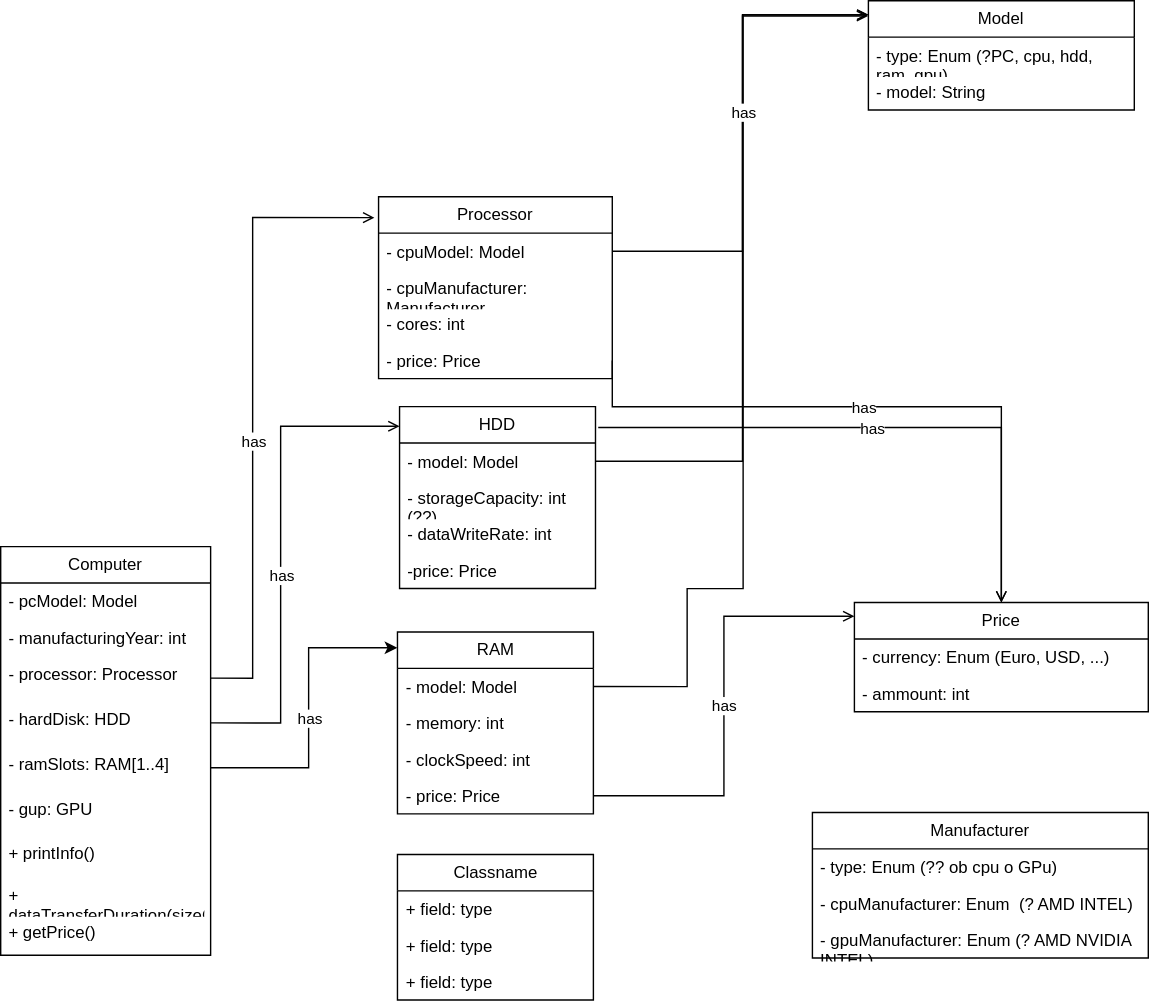
Earlier version of the draw.io export course_material/Computer-UML.drawio.svg (hornsbeef/PM_PS). Source tidied: cells renumbered, new cells last; positions are measured from the earlier drawing's top-left corner, leaving out a move shared by most shapes.
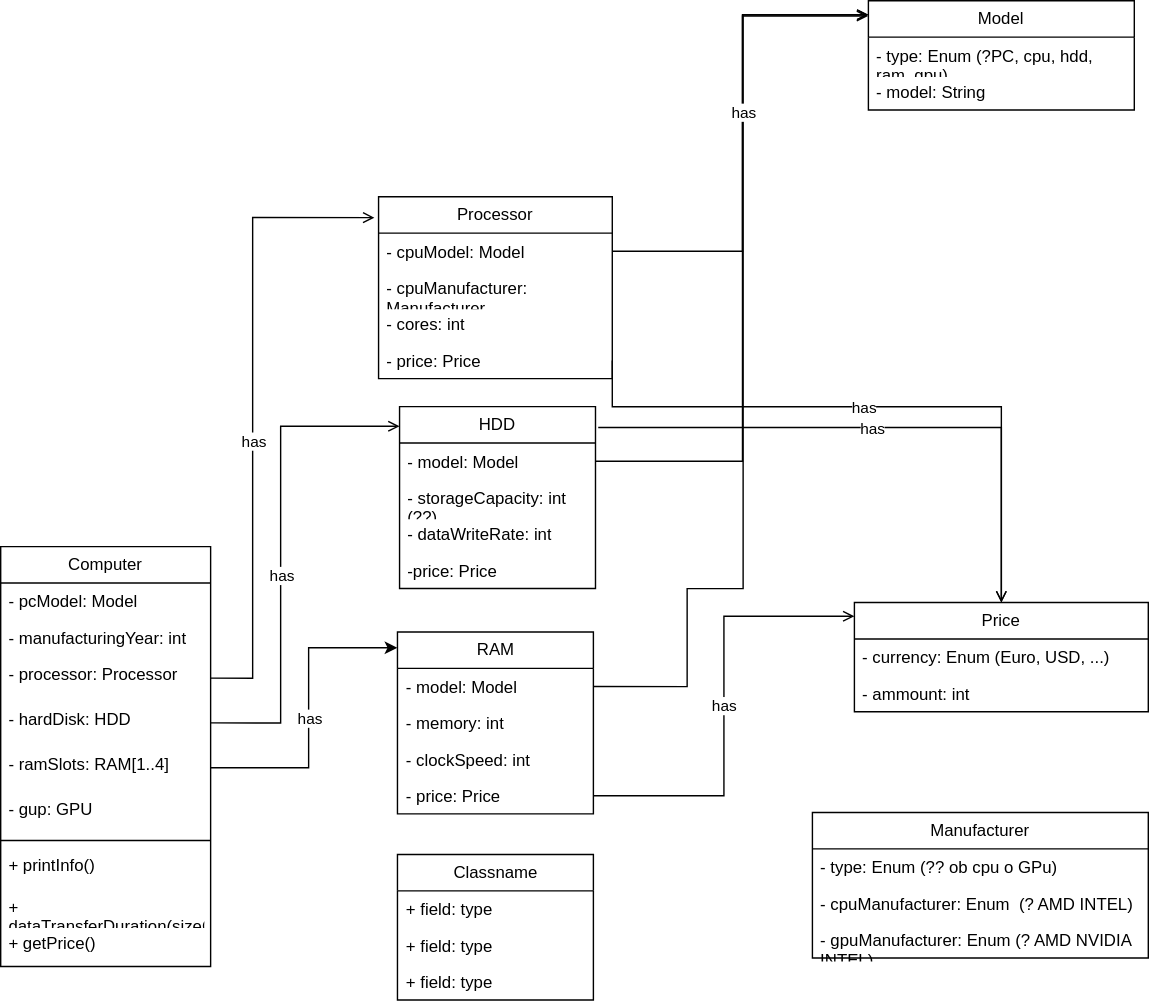
The same file after the commit.

Diff of the diagram source:
```diff
@@ -12,7 +12,7 @@
       <mxGeometry y="52" width="190" height="26" as="geometry" />
     </mxCell>
     <mxCell id="5" value="Computer" style="swimlane;fontStyle=0;horizontal=1;startSize=26;fillColor=none;whiteSpace=wrap;html=1;swimlaneLine=1;rounded=0;swimlaneFillColor=none;" parent="1" vertex="1">
-      <mxGeometry y="390" width="150" height="292" as="geometry" />
+      <mxGeometry y="390" width="150" height="300" as="geometry" />
     </mxCell>
     <mxCell id="6" value="- pcModel: Model" style="text;strokeColor=none;fillColor=none;align=left;verticalAlign=top;spacingLeft=4;spacingRight=4;overflow=hidden;whiteSpace=wrap;html=1;" parent="5" vertex="1">
       <mxGeometry y="26" width="150" height="26" as="geometry" />
@@ -32,14 +32,17 @@
     <mxCell id="11" value="- gup: GPU" style="text;strokeColor=none;fillColor=none;align=left;verticalAlign=top;spacingLeft=4;spacingRight=4;overflow=hidden;whiteSpace=wrap;html=1;" parent="5" vertex="1">
       <mxGeometry y="174" width="150" height="32" as="geometry" />
     </mxCell>
+    <mxCell id="57" style="line;strokeWidth=1;fillColor=none;align=left;verticalAlign=middle;spacingTop=-1;spacingLeft=3;spacingRight=3;labelPosition=right;strokeColor=inherit;" parent="5" vertex="1">
+      <mxGeometry y="206" width="150" height="8" as="geometry" />
+    </mxCell>
     <mxCell id="12" value="+ printInfo()" style="text;strokeColor=none;fillColor=none;align=left;verticalAlign=top;spacingLeft=4;spacingRight=4;overflow=hidden;whiteSpace=wrap;html=1;" parent="5" vertex="1">
-      <mxGeometry y="206" width="150" height="30" as="geometry" />
+      <mxGeometry y="214" width="150" height="30" as="geometry" />
     </mxCell>
     <mxCell id="13" value="+ dataTransferDuration(sizeGB)" style="text;strokeColor=none;fillColor=none;align=left;verticalAlign=top;spacingLeft=4;spacingRight=4;overflow=hidden;whiteSpace=wrap;html=1;" parent="5" vertex="1">
-      <mxGeometry y="236" width="150" height="26" as="geometry" />
+      <mxGeometry y="244" width="150" height="26" as="geometry" />
     </mxCell>
     <mxCell id="14" value="+ getPrice()" style="text;strokeColor=none;fillColor=none;align=left;verticalAlign=top;spacingLeft=4;spacingRight=4;overflow=hidden;whiteSpace=wrap;html=1;" parent="5" vertex="1">
-      <mxGeometry y="262" width="150" height="30" as="geometry" />
+      <mxGeometry y="270" width="150" height="30" as="geometry" />
     </mxCell>
     <mxCell id="15" value="Processor" style="swimlane;fontStyle=0;horizontal=1;startSize=26;fillColor=none;whiteSpace=wrap;html=1;" parent="1" vertex="1">
       <mxGeometry x="270" y="140" width="167" height="130" as="geometry" />
```
